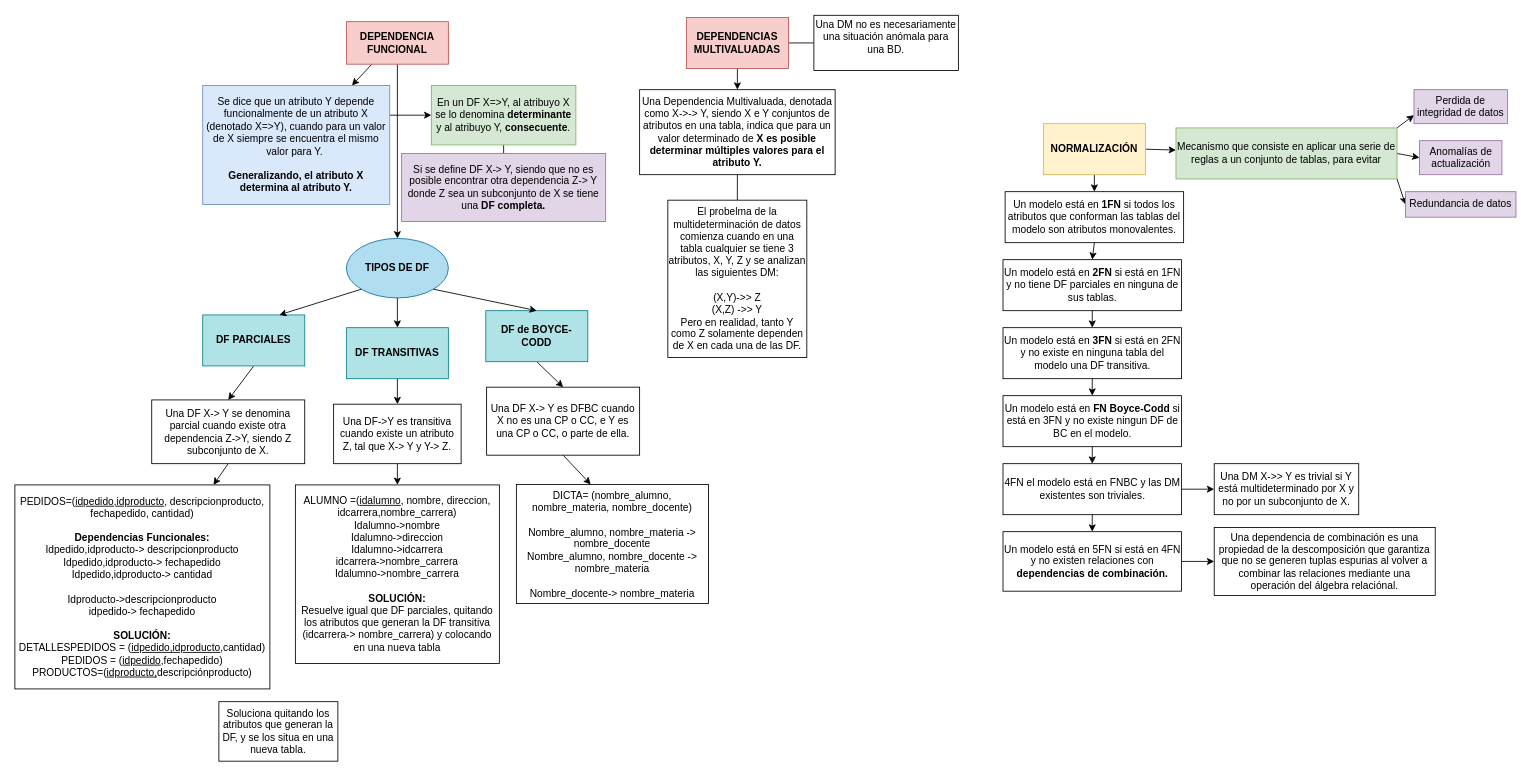
This is page "Normalización" (6 of 6) of Diagrama-resumen.drawio from senras/DBD, a draw.io file, before an edit. Source tidied: cells renumbered, new cells numbered last; positions are measured from the earlier drawing's top-left corner, leaving out a move shared by most shapes. Both pictures are drawn from the tidied source at 85%, with x=0, y=0 at pixel (14, 14).
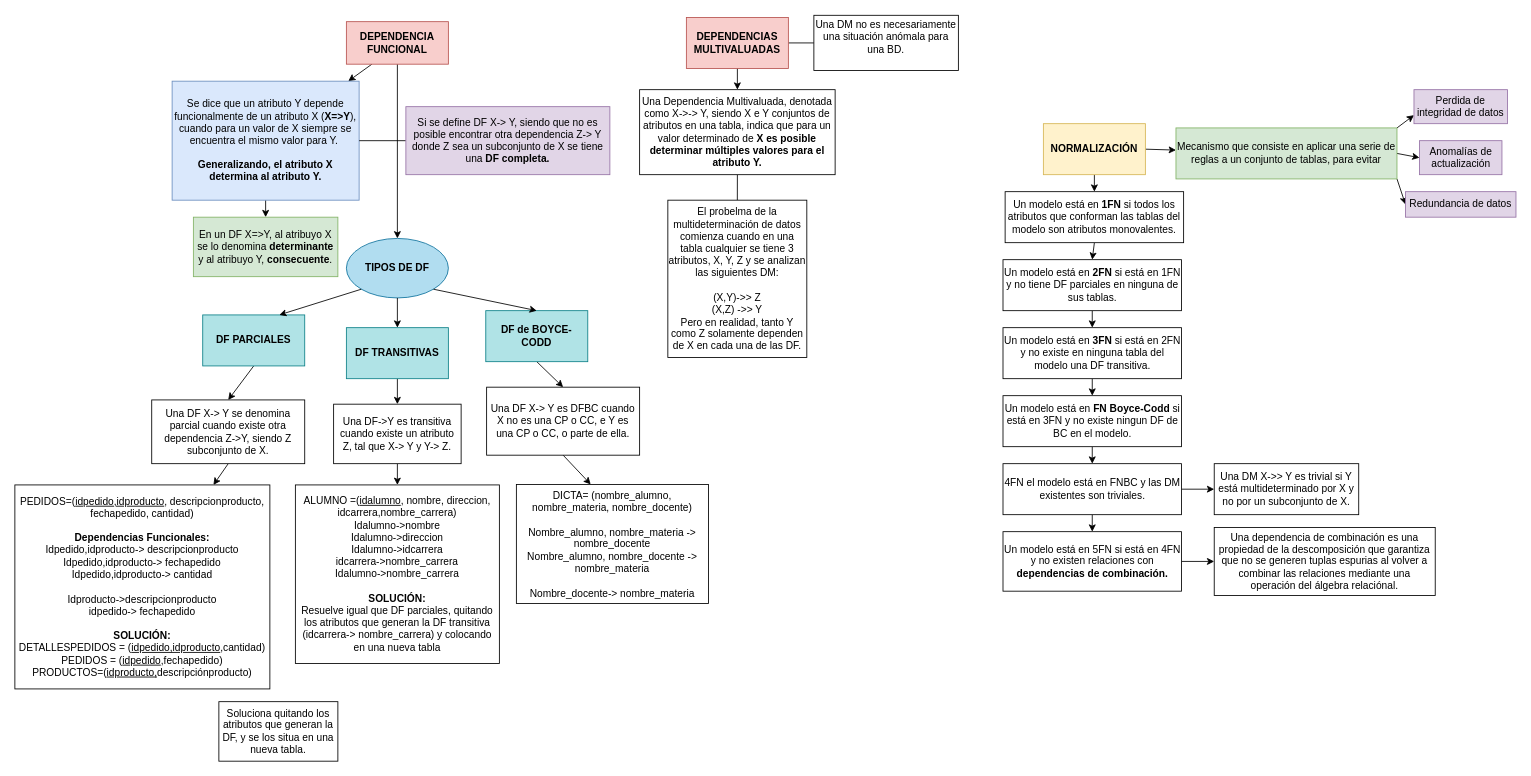
The same diagram, later.

What changed in the source:
```diff
@@
-    <mxCell id="12" style="edgeStyle=none;rounded=0;jettySize=auto;html=1;exitX=1;exitY=0.25;exitDx=0;exitDy=0;entryX=0;entryY=0.5;entryDx=0;entryDy=0;" parent="1" edge="1" source="13" target="31">
+    <mxCell id="12" style="edgeStyle=none;rounded=0;jettySize=auto;html=1;exitX=0.5;exitY=1;exitDx=0;exitDy=0;entryX=0.5;entryY=0;entryDx=0;entryDy=0;" parent="1" edge="1" source="13" target="31">
       <mxGeometry relative="1" as="geometry" />
     </mxCell>
-    <mxCell id="13" value="Se dice que un atributo Y depende funcionalmente de un atributo X (denotado X=&amp;gt;Y), cuando para un valor de X siempre se encuentra el mismo valor para Y.&amp;nbsp;&lt;br&gt;&lt;br&gt;&lt;b&gt;Generalizando, el atributo X determina al atributo Y.&lt;/b&gt;" style="rounded=0;whiteSpace=wrap;html=1;fillColor=#dae8fc;strokeColor=#6c8ebf;" parent="1" vertex="1">
-      <mxGeometry x="221" y="83" width="220" height="140" as="geometry" />
+    <mxCell id="13" value="Se dice que un atributo Y depende funcionalmente de un atributo X (&lt;b&gt;X=&amp;gt;Y&lt;/b&gt;), cuando para un valor de X siempre se encuentra el mismo valor para Y.&amp;nbsp;&lt;br&gt;&lt;br&gt;&lt;b&gt;Generalizando, el atributo X determina al atributo Y.&lt;/b&gt;" style="rounded=0;whiteSpace=wrap;html=1;fillColor=#dae8fc;strokeColor=#6c8ebf;" parent="1" vertex="1">
+      <mxGeometry x="185" y="78" width="220" height="140" as="geometry" />
     </mxCell>
@@
-    <mxCell id="30" style="edgeStyle=none;rounded=0;jettySize=auto;html=1;exitX=0.5;exitY=1;exitDx=0;exitDy=0;entryX=0.5;entryY=0;entryDx=0;entryDy=0;endArrow=none;endFill=0;" parent="1" edge="1" source="31" target="32">
+    <mxCell id="30" style="edgeStyle=none;rounded=0;jettySize=auto;html=1;exitX=1;exitY=0.5;exitDx=0;exitDy=0;entryX=0;entryY=0.5;entryDx=0;entryDy=0;endArrow=none;endFill=0;" parent="1" edge="1" source="13" target="32">
       <mxGeometry relative="1" as="geometry" />
     </mxCell>
     <mxCell id="31" value="En un DF X=&amp;gt;Y, al atribuyo X se lo denomina &lt;b&gt;determinante &lt;/b&gt;y al atribuyo Y, &lt;b&gt;consecuente&lt;/b&gt;." style="rounded=0;whiteSpace=wrap;html=1;fillColor=#d5e8d4;strokeColor=#82b366;" parent="1" vertex="1">
-      <mxGeometry x="490" y="83" width="170" height="70" as="geometry" />
+      <mxGeometry x="210" y="238" width="170" height="70" as="geometry" />
     </mxCell>
     <mxCell id="32" value="Si se define DF X-&amp;gt; Y, siendo que no es posible encontrar otra dependencia Z-&amp;gt; Y donde Z sea un subconjunto de X se tiene una&amp;nbsp;&lt;b&gt;DF completa.&lt;/b&gt;&lt;b&gt;&lt;br&gt;&lt;/b&gt;" style="rounded=0;whiteSpace=wrap;html=1;fillColor=#e1d5e7;strokeColor=#9673a6;" parent="1" vertex="1">
-      <mxGeometry x="455" y="163" width="240" height="80" as="geometry" />
+      <mxGeometry x="460" y="108" width="240" height="80" as="geometry" />
     </mxCell>
```
